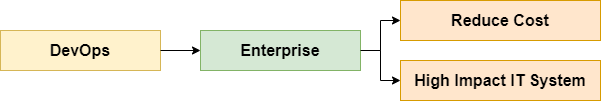
gungunfebrianza/Belajar-Dengan-Jenius-DevOps keeps this draw.io diagram as asset/DevOps-Advantage-2.png. Above is the earlier version. Source tidied: cells renumbered, new cells last; positions are measured from the earlier drawing's top-left corner, leaving out a move shared by most shapes. The source it was exported from:
```xml
<mxGraphModel>
  <root>
    <mxCell id="0" />
    <mxCell id="1" parent="0" />
    <mxCell id="2" style="group;" parent="1" vertex="1">
      <mxGeometry width="600" height="100" as="geometry" />
    </mxCell>
    <mxCell id="3" value="&lt;font style=&quot;font-size: 16px&quot;&gt;&lt;b&gt;DevOps&lt;br&gt;&lt;/b&gt;&lt;/font&gt;" style="rounded=0;whiteSpace=wrap;html=1;fillColor=#fff2cc;strokeColor=#d6b656;" parent="2" vertex="1">
      <mxGeometry y="30" width="160" height="40" as="geometry" />
    </mxCell>
    <mxCell id="4" value="&lt;font style=&quot;font-size: 16px&quot;&gt;&lt;b&gt;High Impact IT System&lt;br&gt;&lt;/b&gt;&lt;/font&gt;" style="rounded=0;whiteSpace=wrap;html=1;fillColor=#ffe6cc;strokeColor=#d79b00;" parent="2" vertex="1">
      <mxGeometry x="400" y="60" width="200" height="40" as="geometry" />
    </mxCell>
    <mxCell id="5" style="edgeStyle=orthogonalEdgeStyle;rounded=0;jettySize=auto;html=1;exitX=1;exitY=0.5;exitDx=0;exitDy=0;strokeWidth=1;" parent="2" edge="1" source="6" target="4">
      <mxGeometry relative="1" as="geometry" />
    </mxCell>
    <mxCell id="6" value="&lt;font style=&quot;font-size: 16px&quot;&gt;&lt;b&gt;Enterprise&lt;br&gt;&lt;/b&gt;&lt;/font&gt;" style="rounded=0;whiteSpace=wrap;html=1;fillColor=#d5e8d4;strokeColor=#82b366;" parent="2" vertex="1">
      <mxGeometry x="200" y="30" width="160" height="40" as="geometry" />
    </mxCell>
    <mxCell id="7" style="edgeStyle=orthogonalEdgeStyle;rounded=0;jettySize=auto;html=1;exitX=1;exitY=0.5;exitDx=0;exitDy=0;strokeWidth=1;" parent="2" edge="1" source="3" target="6">
      <mxGeometry relative="1" as="geometry" />
    </mxCell>
    <mxCell id="8" value="&lt;font style=&quot;font-size: 16px&quot;&gt;&lt;b&gt;Reduce Cost&lt;br&gt;&lt;/b&gt;&lt;/font&gt;" style="rounded=0;whiteSpace=wrap;html=1;fillColor=#ffe6cc;strokeColor=#d79b00;" parent="2" vertex="1">
      <mxGeometry x="400" width="200" height="40" as="geometry" />
    </mxCell>
    <mxCell id="9" style="edgeStyle=orthogonalEdgeStyle;rounded=0;jettySize=auto;html=1;exitX=1;exitY=0.5;exitDx=0;exitDy=0;entryX=0;entryY=0.5;entryDx=0;entryDy=0;strokeWidth=1;" parent="2" edge="1" source="6" target="8">
      <mxGeometry relative="1" as="geometry" />
    </mxCell>
  </root>
</mxGraphModel>
```
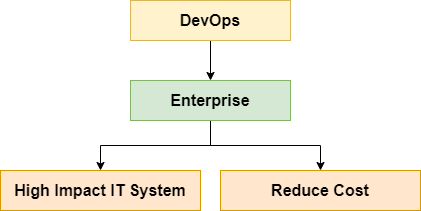
After the commit.

The edit, as a diff of the source:
```diff
@@ -1,30 +1,27 @@
 <mxGraphModel>
   <root>
-    <mxCell id="0" />
-    <mxCell id="1" parent="0" />
-    <mxCell id="2" style="group;" parent="1" vertex="1">
-      <mxGeometry width="600" height="100" as="geometry" />
-    </mxCell>
+    <mxCell id="10" />
+    <mxCell id="11" parent="10" />
+    <mxCell id="7" style="edgeStyle=orthogonalEdgeStyle;curved=1;jettySize=auto;html=1;exitX=0.5;exitY=1;exitDx=0;exitDy=0;" parent="11" edge="1" source="3" target="6">
+      <mxGeometry relative="1" as="geometry" />
+    </mxCell>
-    <mxCell id="3" value="&lt;font style=&quot;font-size: 16px&quot;&gt;&lt;b&gt;DevOps&lt;br&gt;&lt;/b&gt;&lt;/font&gt;" style="rounded=0;whiteSpace=wrap;html=1;fillColor=#fff2cc;strokeColor=#d6b656;" parent="2" vertex="1">
-      <mxGeometry y="30" width="160" height="40" as="geometry" />
+    <mxCell id="3" value="&lt;font style=&quot;font-size: 16px&quot;&gt;&lt;b&gt;DevOps&lt;br&gt;&lt;/b&gt;&lt;/font&gt;" style="rounded=0;whiteSpace=wrap;html=1;fillColor=#fff2cc;strokeColor=#d6b656;" parent="11" vertex="1">
+      <mxGeometry x="530" y="660" width="160" height="40" as="geometry" />
     </mxCell>
-    <mxCell id="4" value="&lt;font style=&quot;font-size: 16px&quot;&gt;&lt;b&gt;High Impact IT System&lt;br&gt;&lt;/b&gt;&lt;/font&gt;" style="rounded=0;whiteSpace=wrap;html=1;fillColor=#ffe6cc;strokeColor=#d79b00;" parent="2" vertex="1">
-      <mxGeometry x="400" y="60" width="200" height="40" as="geometry" />
+    <mxCell id="4" value="&lt;font style=&quot;font-size: 16px&quot;&gt;&lt;b&gt;High Impact IT System&lt;br&gt;&lt;/b&gt;&lt;/font&gt;" style="rounded=0;whiteSpace=wrap;html=1;fillColor=#ffe6cc;strokeColor=#d79b00;" parent="11" vertex="1">
+      <mxGeometry x="400" y="830" width="200" height="40" as="geometry" />
     </mxCell>
-    <mxCell id="5" style="edgeStyle=orthogonalEdgeStyle;rounded=0;jettySize=auto;html=1;exitX=1;exitY=0.5;exitDx=0;exitDy=0;strokeWidth=1;" parent="2" edge="1" source="6" target="4">
+    <mxCell id="5" style="edgeStyle=orthogonalEdgeStyle;jettySize=auto;html=1;exitX=0.5;exitY=1;exitDx=0;exitDy=0;rounded=0;" parent="11" edge="1" source="6" target="4">
       <mxGeometry relative="1" as="geometry" />
     </mxCell>
+    <mxCell id="9" style="edgeStyle=orthogonalEdgeStyle;jettySize=auto;html=1;exitX=0.5;exitY=1;exitDx=0;exitDy=0;rounded=0;" parent="11" edge="1" source="6" target="8">
+      <mxGeometry relative="1" as="geometry" />
+    </mxCell>
-    <mxCell id="6" value="&lt;font style=&quot;font-size: 16px&quot;&gt;&lt;b&gt;Enterprise&lt;br&gt;&lt;/b&gt;&lt;/font&gt;" style="rounded=0;whiteSpace=wrap;html=1;fillColor=#d5e8d4;strokeColor=#82b366;" parent="2" vertex="1">
-      <mxGeometry x="200" y="30" width="160" height="40" as="geometry" />
+    <mxCell id="6" value="&lt;font style=&quot;font-size: 16px&quot;&gt;&lt;b&gt;Enterprise&lt;br&gt;&lt;/b&gt;&lt;/font&gt;" style="rounded=0;whiteSpace=wrap;html=1;fillColor=#d5e8d4;strokeColor=#82b366;" parent="11" vertex="1">
+      <mxGeometry x="530" y="740" width="160" height="40" as="geometry" />
     </mxCell>
-    <mxCell id="7" style="edgeStyle=orthogonalEdgeStyle;rounded=0;jettySize=auto;html=1;exitX=1;exitY=0.5;exitDx=0;exitDy=0;strokeWidth=1;" parent="2" edge="1" source="3" target="6">
-      <mxGeometry relative="1" as="geometry" />
-    </mxCell>
-    <mxCell id="8" value="&lt;font style=&quot;font-size: 16px&quot;&gt;&lt;b&gt;Reduce Cost&lt;br&gt;&lt;/b&gt;&lt;/font&gt;" style="rounded=0;whiteSpace=wrap;html=1;fillColor=#ffe6cc;strokeColor=#d79b00;" parent="2" vertex="1">
-      <mxGeometry x="400" width="200" height="40" as="geometry" />
+    <mxCell id="8" value="&lt;font style=&quot;font-size: 16px&quot;&gt;&lt;b&gt;Reduce Cost&lt;br&gt;&lt;/b&gt;&lt;/font&gt;" style="rounded=0;whiteSpace=wrap;html=1;fillColor=#ffe6cc;strokeColor=#d79b00;" parent="11" vertex="1">
+      <mxGeometry x="620" y="830" width="200" height="40" as="geometry" />
     </mxCell>
-    <mxCell id="9" style="edgeStyle=orthogonalEdgeStyle;rounded=0;jettySize=auto;html=1;exitX=1;exitY=0.5;exitDx=0;exitDy=0;entryX=0;entryY=0.5;entryDx=0;entryDy=0;strokeWidth=1;" parent="2" edge="1" source="6" target="8">
-      <mxGeometry relative="1" as="geometry" />
-    </mxCell>
   </root>
 </mxGraphModel>
```
